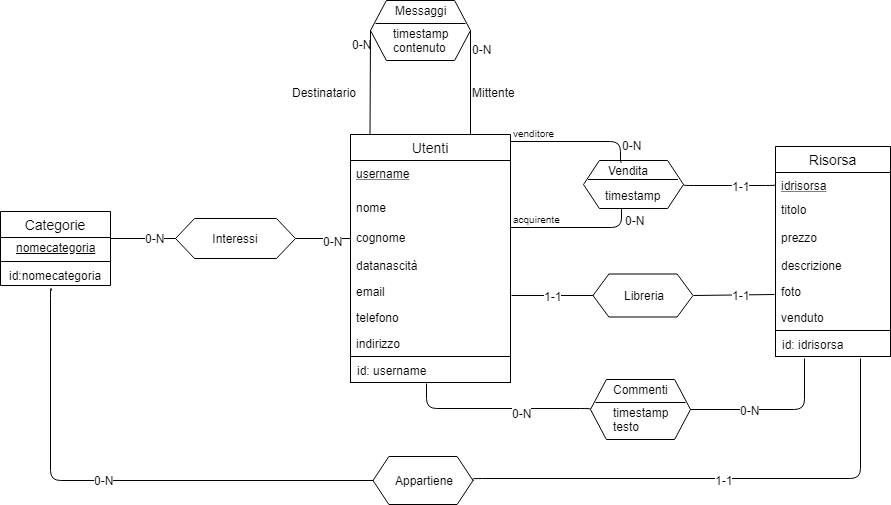
Above: Progettazione Alexandria/DiagrammaER.png in SundavarBlaka/Alexandria (draw.io), before the change. Source tidied: cells renumbered, new cells last; positions are measured from the earlier drawing's top-left corner, leaving out a move shared by most shapes.
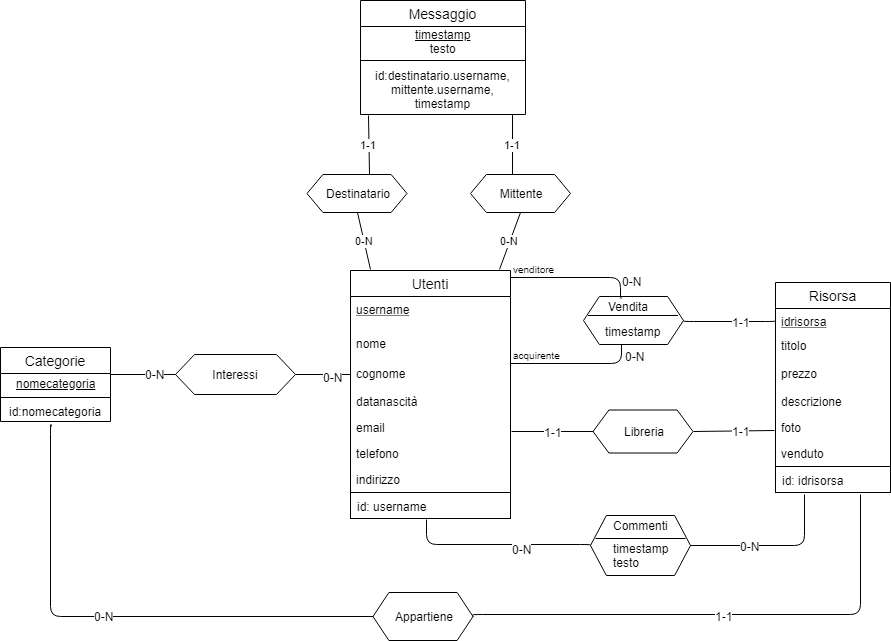
Above is the later version.

Commit message:
Aggiornato il diagramma ER

Change to the diagram source:
```diff
@@ -94,17 +94,11 @@
         <mxPoint x="-7" y="0.5" as="offset" />
       </mxGeometry>
     </mxCell>
-    <mxCell id="30" value="&lt;div style=&quot;text-align: left&quot;&gt;&lt;/div&gt;" style="shape=hexagon;html=1;whiteSpace=wrap;perimeter=hexagonPerimeter;rounded=0;labelBackgroundColor=#FFFFFF;strokeColor=#000000;size=0.1588235294117647;" parent="1" vertex="1">
-      <mxGeometry x="370" width="100" height="60" as="geometry" />
+    <mxCell id="30" value="Mittente&lt;div style=&quot;text-align: left&quot;&gt;&lt;/div&gt;" style="shape=hexagon;html=1;whiteSpace=wrap;perimeter=hexagonPerimeter;rounded=0;labelBackgroundColor=#FFFFFF;strokeColor=#000000;size=0.1588235294117647;" parent="1" vertex="1">
+      <mxGeometry x="470" y="38" width="100" height="38" as="geometry" />
     </mxCell>
-    <mxCell id="31" value="Messaggi" style="text;html=1;align=center;verticalAlign=middle;fillColor=none;strokeColor=none;rounded=0;labelBackgroundColor=#FFFFFF;" parent="1" vertex="1">
-      <mxGeometry x="385" width="70" height="20" as="geometry" />
-    </mxCell>
-    <mxCell id="32" style="line;strokeWidth=1;fillColor=none;align=left;verticalAlign=middle;spacingTop=-1;spacingLeft=3;spacingRight=3;labelPosition=right;fontSize=12;labelBackgroundColor=#FFFFFF;" parent="1" vertex="1">
-      <mxGeometry x="375" y="19" width="90" height="8" as="geometry" />
-    </mxCell>
-    <mxCell id="33" value="&lt;div style=&quot;text-align: left&quot;&gt;timestamp&lt;/div&gt;&lt;div style=&quot;text-align: left&quot;&gt;contenuto&lt;/div&gt;" style="text;html=1;align=center;verticalAlign=middle;fillColor=none;strokeColor=none;rounded=0;labelBackgroundColor=#FFFFFF;" parent="1" vertex="1">
-      <mxGeometry x="385" y="25" width="70" height="30" as="geometry" />
+    <mxCell id="33" value="&lt;div style=&quot;text-align: left&quot;&gt;&lt;br&gt;&lt;/div&gt;" style="text;html=1;align=center;verticalAlign=middle;fillColor=none;strokeColor=none;rounded=0;labelBackgroundColor=#FFFFFF;" parent="1" vertex="1">
+      <mxGeometry x="475" y="41" width="20" height="20" as="geometry" />
     </mxCell>
     <mxCell id="34" value="Categorie" style="swimlane;fontStyle=0;horizontal=1;startSize=26;swimlaneFillColor=#ffffff;align=center;fontSize=14;labelBackgroundColor=#FFFFFF;" parent="1" vertex="1">
       <mxGeometry y="211" width="110" height="74" as="geometry" />
@@ -154,7 +148,7 @@
     <mxCell id="47" value="0-N" style="text;html=1;align=center;verticalAlign=middle;labelBackgroundColor=#ffffff;" parent="44" vertex="1">
       <mxGeometry x="0.35" y="1" relative="1" as="geometry" />
     </mxCell>
-    <mxCell id="48" style="endArrow=none;html=1;strokeWidth=1;exitX=0.75;exitY=0;exitDx=0;exitDy=0;entryX=1;entryY=0.5;entryDx=0;entryDy=0;" parent="1" edge="1" source="2" target="30">
+    <mxCell id="48" value="0-N" style="endArrow=none;html=1;strokeWidth=1;entryX=0.5;entryY=1;entryDx=0;entryDy=0;exitX=0.931;exitY=-0.004;exitDx=0;exitDy=0;exitPerimeter=0;" parent="1" edge="1" source="2" target="30">
       <mxGeometry relative="1" as="geometry" />
     </mxCell>
     <mxCell id="49" style="html=1;align=left;verticalAlign=bottom;labelBackgroundColor=#ffffff;fontSize=10;" parent="48" vertex="1">
@@ -163,31 +157,6 @@
     <mxCell id="50" style="html=1;align=right;verticalAlign=bottom;labelBackgroundColor=#ffffff;fontSize=10;" parent="48" vertex="1">
       <mxGeometry x="1" relative="1" as="geometry" />
     </mxCell>
-    <mxCell id="51" style="endArrow=none;html=1;strokeWidth=1;exitX=0.75;exitY=0;exitDx=0;exitDy=0;entryX=0;entryY=0.5;entryDx=0;entryDy=0;" parent="1" edge="1" target="30">
-      <mxGeometry relative="1" as="geometry">
-        <mxPoint x="369.5" y="134" as="sourcePoint" />
-      </mxGeometry>
-    </mxCell>
-    <mxCell id="52" style="html=1;align=left;verticalAlign=bottom;labelBackgroundColor=#ffffff;fontSize=10;" parent="51" vertex="1">
-      <mxGeometry x="-1" relative="1" as="geometry" />
-    </mxCell>
-    <mxCell id="53" style="html=1;align=right;verticalAlign=bottom;labelBackgroundColor=#ffffff;fontSize=10;" parent="51" vertex="1">
-      <mxGeometry x="1" relative="1" as="geometry">
-        <mxPoint y="60" as="offset" />
-      </mxGeometry>
-    </mxCell>
-    <mxCell id="54" value="0-N" style="text;html=1;align=left;verticalAlign=top;spacingTop=-4;" parent="1" vertex="1">
-      <mxGeometry x="470" y="40" width="30" height="20" as="geometry" />
-    </mxCell>
-    <mxCell id="55" value="0-N" style="text;html=1;align=left;verticalAlign=top;spacingTop=-4;" parent="1" vertex="1">
-      <mxGeometry x="350" y="35" width="30" height="20" as="geometry" />
-    </mxCell>
-    <mxCell id="56" value="Destinatario" style="text;html=1;points=[];align=left;verticalAlign=top;spacingTop=-4;" parent="1" vertex="1">
-      <mxGeometry x="290" y="83" width="80" height="20" as="geometry" />
-    </mxCell>
-    <mxCell id="57" value="Mittente" style="text;html=1;align=left;verticalAlign=top;spacingTop=-4;" parent="1" vertex="1">
-      <mxGeometry x="470" y="83" width="60" height="20" as="geometry" />
-    </mxCell>
     <mxCell id="58" value="&lt;div style=&quot;text-align: left&quot;&gt;&lt;/div&gt;" style="shape=hexagon;html=1;whiteSpace=wrap;perimeter=hexagonPerimeter;rounded=0;labelBackgroundColor=#FFFFFF;strokeColor=#000000;size=0.1588235294117647;" parent="1" vertex="1">
       <mxGeometry x="590" y="379" width="100" height="60" as="geometry" />
     </mxCell>
@@ -362,5 +331,61 @@
     <mxCell id="100" value="0-N" style="text;html=1;align=left;verticalAlign=top;spacingTop=-4;" parent="1" vertex="1">
       <mxGeometry x="620" y="136" width="30" height="20" as="geometry" />
     </mxCell>
+    <mxCell id="56" value="Destinatario&lt;div style=&quot;text-align: left&quot;&gt;&lt;/div&gt;" style="shape=hexagon;html=1;whiteSpace=wrap;perimeter=hexagonPerimeter;rounded=0;labelBackgroundColor=#FFFFFF;strokeColor=#000000;size=0.1588235294117647;" parent="1" vertex="1">
+      <mxGeometry x="306.5" y="38" width="100" height="38" as="geometry" />
+    </mxCell>
+    <mxCell id="101" value="&lt;div style=&quot;text-align: left&quot;&gt;&lt;br&gt;&lt;/div&gt;" style="text;html=1;align=center;verticalAlign=middle;fillColor=none;strokeColor=none;rounded=0;labelBackgroundColor=#FFFFFF;" parent="1" vertex="1">
+      <mxGeometry x="336.5" y="31.5" width="20" height="20" as="geometry" />
+    </mxCell>
+    <mxCell id="102" value="0-N" style="endArrow=none;html=1;strokeWidth=1;entryX=0.5;entryY=1;entryDx=0;entryDy=0;" parent="1" edge="1" target="56">
+      <mxGeometry relative="1" as="geometry">
+        <mxPoint x="370" y="133" as="sourcePoint" />
+      </mxGeometry>
+    </mxCell>
+    <mxCell id="103" style="html=1;align=left;verticalAlign=bottom;labelBackgroundColor=#ffffff;fontSize=10;" parent="102" vertex="1">
+      <mxGeometry x="-1" relative="1" as="geometry" />
+    </mxCell>
+    <mxCell id="104" style="html=1;align=right;verticalAlign=bottom;labelBackgroundColor=#ffffff;fontSize=10;" parent="102" vertex="1">
+      <mxGeometry x="1" relative="1" as="geometry" />
+    </mxCell>
+    <mxCell id="105" value="Messaggio" style="swimlane;fontStyle=0;horizontal=1;startSize=26;swimlaneFillColor=#ffffff;align=center;fontSize=14;labelBackgroundColor=#FFFFFF;" parent="1" vertex="1">
+      <mxGeometry x="360" y="-136" width="165" height="114" as="geometry" />
+    </mxCell>
+    <mxCell id="106" value="&lt;u&gt;timestamp&lt;/u&gt;&lt;br&gt;testo&lt;br&gt;" style="text;html=1;align=center;verticalAlign=middle;fillColor=none;strokeColor=none;rounded=0;" parent="105" vertex="1">
+      <mxGeometry y="26" width="165" height="30" as="geometry" />
+    </mxCell>
+    <mxCell id="107" style="line;strokeWidth=1;fillColor=none;align=left;verticalAlign=middle;spacingTop=-1;spacingLeft=3;spacingRight=3;labelPosition=right;fontSize=12;labelBackgroundColor=#FFFFFF;" parent="105" vertex="1">
+      <mxGeometry y="56" width="165" height="8" as="geometry" />
+    </mxCell>
+    <mxCell id="108" value="id:destinatario.username,&lt;br&gt;&amp;nbsp;mittente.username, &lt;br&gt;timestamp&lt;br&gt;" style="text;html=1;align=center;verticalAlign=middle;points=[];fillColor=none;strokeColor=none;rounded=0;" parent="105" vertex="1">
+      <mxGeometry y="64" width="165" height="50" as="geometry" />
+    </mxCell>
+    <mxCell id="109" style="html=1;align=left;verticalAlign=bottom;labelBackgroundColor=#ffffff;fontSize=10;" parent="1" vertex="1">
+      <mxGeometry x="490" y="-79" as="geometry" />
+    </mxCell>
+    <mxCell id="110" style="html=1;align=left;verticalAlign=bottom;labelBackgroundColor=#ffffff;fontSize=10;" parent="1" vertex="1">
+      <mxGeometry x="431" y="-27" as="geometry" />
+    </mxCell>
+    <mxCell id="111" value="1-1" style="endArrow=none;html=1;strokeWidth=1;" parent="1" edge="1">
+      <mxGeometry relative="1" as="geometry">
+        <mxPoint x="512" y="38" as="sourcePoint" />
+        <mxPoint x="512" y="-22" as="targetPoint" />
+      </mxGeometry>
+    </mxCell>
+    <mxCell id="112" style="html=1;align=left;verticalAlign=bottom;labelBackgroundColor=#ffffff;fontSize=10;" parent="111" vertex="1">
+      <mxGeometry x="-1" relative="1" as="geometry" />
+    </mxCell>
+    <mxCell id="113" style="html=1;align=right;verticalAlign=bottom;labelBackgroundColor=#ffffff;fontSize=10;" parent="111" vertex="1">
+      <mxGeometry x="1" relative="1" as="geometry" />
+    </mxCell>
+    <mxCell id="114" value="1-1" style="endArrow=none;html=1;strokeWidth=1;entryX=0.048;entryY=1.02;entryDx=0;entryDy=0;exitX=0.625;exitY=0;exitDx=0;exitDy=0;entryPerimeter=0;" parent="1" edge="1" source="56" target="108">
+      <mxGeometry relative="1" as="geometry" />
+    </mxCell>
+    <mxCell id="115" style="html=1;align=left;verticalAlign=bottom;labelBackgroundColor=#ffffff;fontSize=10;" parent="114" vertex="1">
+      <mxGeometry x="-1" relative="1" as="geometry" />
+    </mxCell>
+    <mxCell id="116" style="html=1;align=right;verticalAlign=bottom;labelBackgroundColor=#ffffff;fontSize=10;" parent="114" vertex="1">
+      <mxGeometry x="1" relative="1" as="geometry" />
+    </mxCell>
   </root>
 </mxGraphModel>
```
